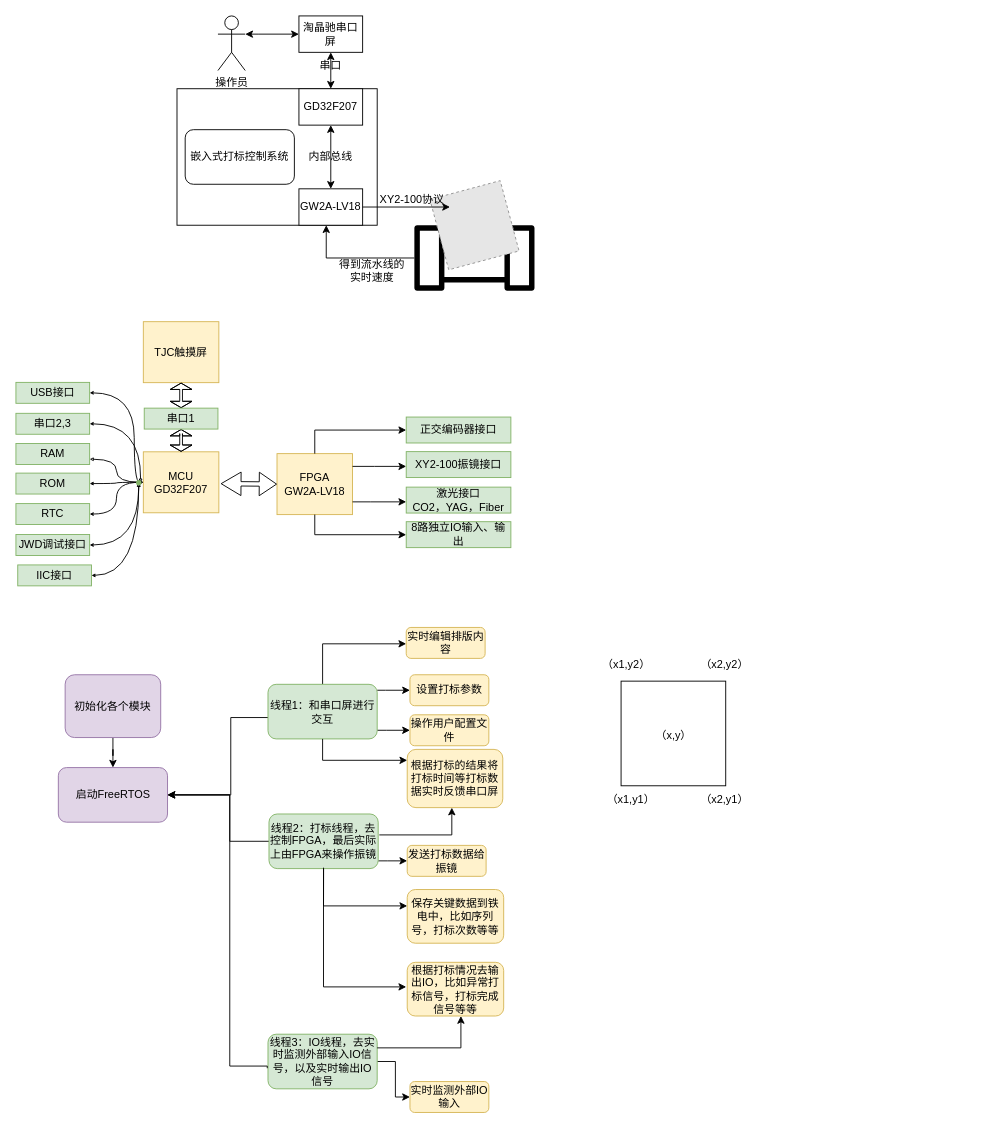
Above: img/未命名绘图.drawio in ForestLH/imghost (draw.io), before the change. Source tidied: cells renumbered, new cells numbered last; positions are measured from the earlier drawing's top-left corner, leaving out a move shared by most shapes. Both pictures are drawn from the tidied source at 91%, with x=0, y=0 at pixel (15, 15). Pictures stored in the file or linked from it are replaced by grey dashed boxes.
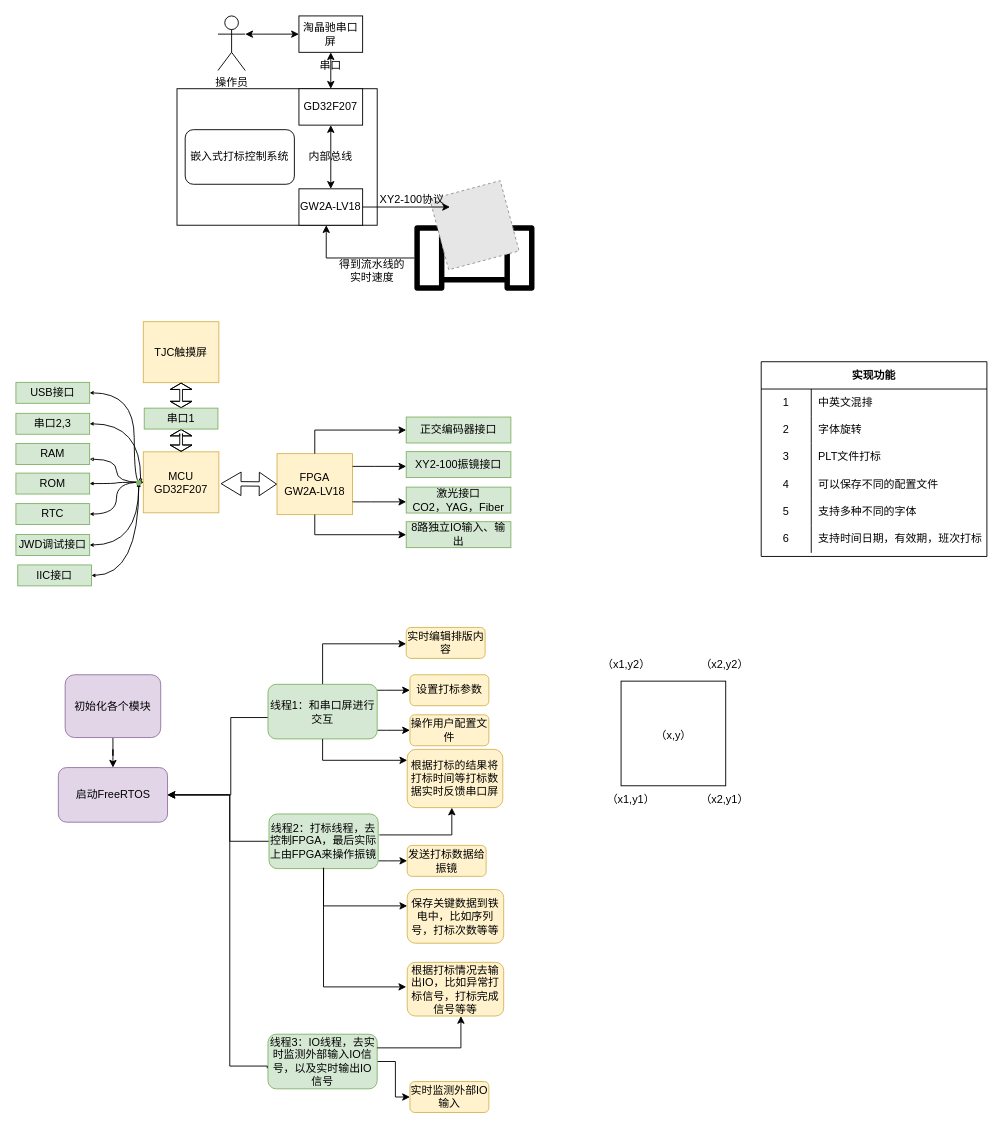
Above is the later version.

Commit message:
更新未命名绘图.drawio

Change to the diagram source:
```diff
@@
+    <mxCell id="83" value="实现功能" style="shape=table;startSize=30;childLayout=tableLayout;rowLines=0;fontStyle=1;" parent="1" vertex="1">
+      <mxGeometry x="819" y="380" width="248" height="214" as="geometry" />
+    </mxCell>
+    <mxCell id="84" style="shape=tableRow;horizontal=0;startSize=0;swimlaneHead=0;swimlaneBody=0;top=0;left=0;bottom=0;right=0;fillColor=none;" parent="83" vertex="1">
+      <mxGeometry y="30" width="248" height="30" as="geometry" />
+    </mxCell>
+    <mxCell id="85" value="1" style="shape=partialRectangle;html=1;whiteSpace=wrap;fillColor=none;top=0;left=0;bottom=0;right=0;overflow=hidden;" parent="84" vertex="1">
+      <mxGeometry width="55" height="30" as="geometry" />
+    </mxCell>
+    <mxCell id="86" value="中英文混排" style="shape=partialRectangle;html=1;whiteSpace=wrap;fillColor=none;top=0;left=0;bottom=0;right=0;align=left;spacingLeft=6;overflow=hidden;" parent="84" vertex="1">
+      <mxGeometry x="55" width="193" height="30" as="geometry" />
+    </mxCell>
+    <mxCell id="87" style="shape=tableRow;horizontal=0;startSize=0;swimlaneHead=0;swimlaneBody=0;top=0;left=0;bottom=0;right=0;fillColor=none;" parent="83" vertex="1">
+      <mxGeometry y="60" width="248" height="30" as="geometry" />
+    </mxCell>
+    <mxCell id="88" value="2" style="shape=partialRectangle;html=1;whiteSpace=wrap;fillColor=none;top=0;left=0;bottom=0;right=0;overflow=hidden;" parent="87" vertex="1">
+      <mxGeometry width="55" height="30" as="geometry" />
+    </mxCell>
+    <mxCell id="89" value="字体旋转" style="shape=partialRectangle;html=1;whiteSpace=wrap;fillColor=none;top=0;left=0;bottom=0;right=0;align=left;spacingLeft=6;overflow=hidden;" parent="87" vertex="1">
+      <mxGeometry x="55" width="193" height="30" as="geometry" />
+    </mxCell>
+    <mxCell id="90" style="shape=tableRow;horizontal=0;startSize=0;swimlaneHead=0;swimlaneBody=0;top=0;left=0;bottom=0;right=0;fillColor=none;" parent="83" vertex="1">
+      <mxGeometry y="90" width="248" height="30" as="geometry" />
+    </mxCell>
+    <mxCell id="91" value="3" style="shape=partialRectangle;html=1;whiteSpace=wrap;fillColor=none;top=0;left=0;bottom=0;right=0;overflow=hidden;" parent="90" vertex="1">
+      <mxGeometry width="55" height="30" as="geometry" />
+    </mxCell>
+    <mxCell id="92" value="PLT文件打标" style="shape=partialRectangle;html=1;whiteSpace=wrap;fillColor=none;top=0;left=0;bottom=0;right=0;align=left;spacingLeft=6;overflow=hidden;" parent="90" vertex="1">
+      <mxGeometry x="55" width="193" height="30" as="geometry" />
+    </mxCell>
+    <mxCell id="93" style="shape=tableRow;horizontal=0;startSize=0;swimlaneHead=0;swimlaneBody=0;top=0;left=0;bottom=0;right=0;fillColor=none;" parent="83" vertex="1">
+      <mxGeometry y="120" width="248" height="30" as="geometry" />
+    </mxCell>
+    <mxCell id="94" value="4" style="shape=partialRectangle;html=1;whiteSpace=wrap;fillColor=none;top=0;left=0;bottom=0;right=0;overflow=hidden;" parent="93" vertex="1">
+      <mxGeometry width="55" height="30" as="geometry" />
+    </mxCell>
+    <mxCell id="95" value="可以保存不同的配置文件" style="shape=partialRectangle;html=1;whiteSpace=wrap;fillColor=none;top=0;left=0;bottom=0;right=0;align=left;spacingLeft=6;overflow=hidden;" parent="93" vertex="1">
+      <mxGeometry x="55" width="193" height="30" as="geometry" />
+    </mxCell>
+    <mxCell id="96" style="shape=tableRow;horizontal=0;startSize=0;swimlaneHead=0;swimlaneBody=0;top=0;left=0;bottom=0;right=0;fillColor=none;" parent="83" vertex="1">
+      <mxGeometry y="150" width="248" height="30" as="geometry" />
+    </mxCell>
+    <mxCell id="97" value="5" style="shape=partialRectangle;html=1;whiteSpace=wrap;fillColor=none;top=0;left=0;bottom=0;right=0;overflow=hidden;" parent="96" vertex="1">
+      <mxGeometry width="55" height="30" as="geometry" />
+    </mxCell>
+    <mxCell id="98" value="支持多种不同的字体" style="shape=partialRectangle;html=1;whiteSpace=wrap;fillColor=none;top=0;left=0;bottom=0;right=0;align=left;spacingLeft=6;overflow=hidden;" parent="96" vertex="1">
+      <mxGeometry x="55" width="193" height="30" as="geometry" />
+    </mxCell>
+    <mxCell id="99" style="shape=tableRow;horizontal=0;startSize=0;swimlaneHead=0;swimlaneBody=0;top=0;left=0;bottom=0;right=0;fillColor=none;" parent="83" vertex="1">
+      <mxGeometry y="180" width="248" height="30" as="geometry" />
+    </mxCell>
+    <mxCell id="100" value="6" style="shape=partialRectangle;html=1;whiteSpace=wrap;fillColor=none;top=0;left=0;bottom=0;right=0;overflow=hidden;" parent="99" vertex="1">
+      <mxGeometry width="55" height="30" as="geometry" />
+    </mxCell>
+    <mxCell id="101" value="支持时间日期，有效期，班次打标" style="shape=partialRectangle;html=1;whiteSpace=wrap;fillColor=none;top=0;left=0;bottom=0;right=0;align=left;spacingLeft=6;overflow=hidden;" parent="99" vertex="1">
+      <mxGeometry x="55" width="193" height="30" as="geometry" />
+    </mxCell>
```
